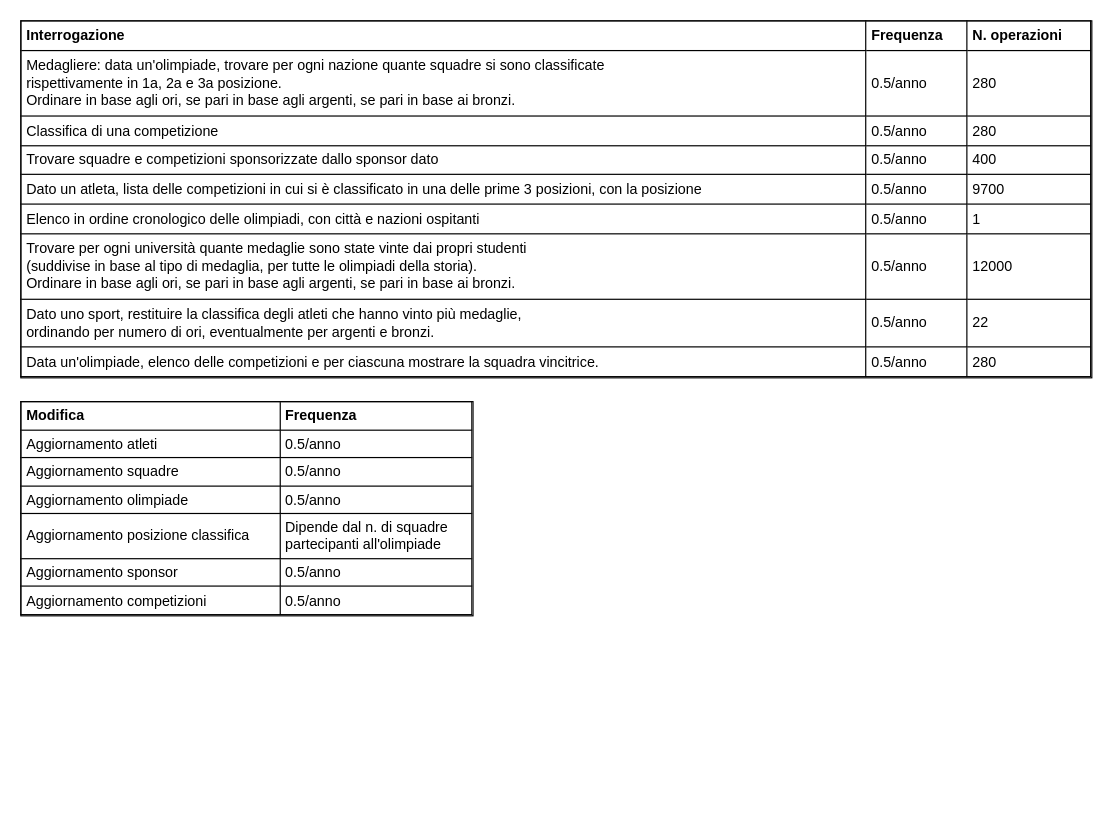
This is page "Operazioni" (4 of 4) of Olimpiadi studentesche.drawio from giovannivelludo/database-project, a draw.io file, before an edit. Source tidied: cells renumbered, new cells numbered last; positions are measured from the earlier drawing's top-left corner, leaving out a move shared by most shapes. Both pictures are drawn from the tidied source at 119%, with x=0, y=0 at pixel (20, 20).
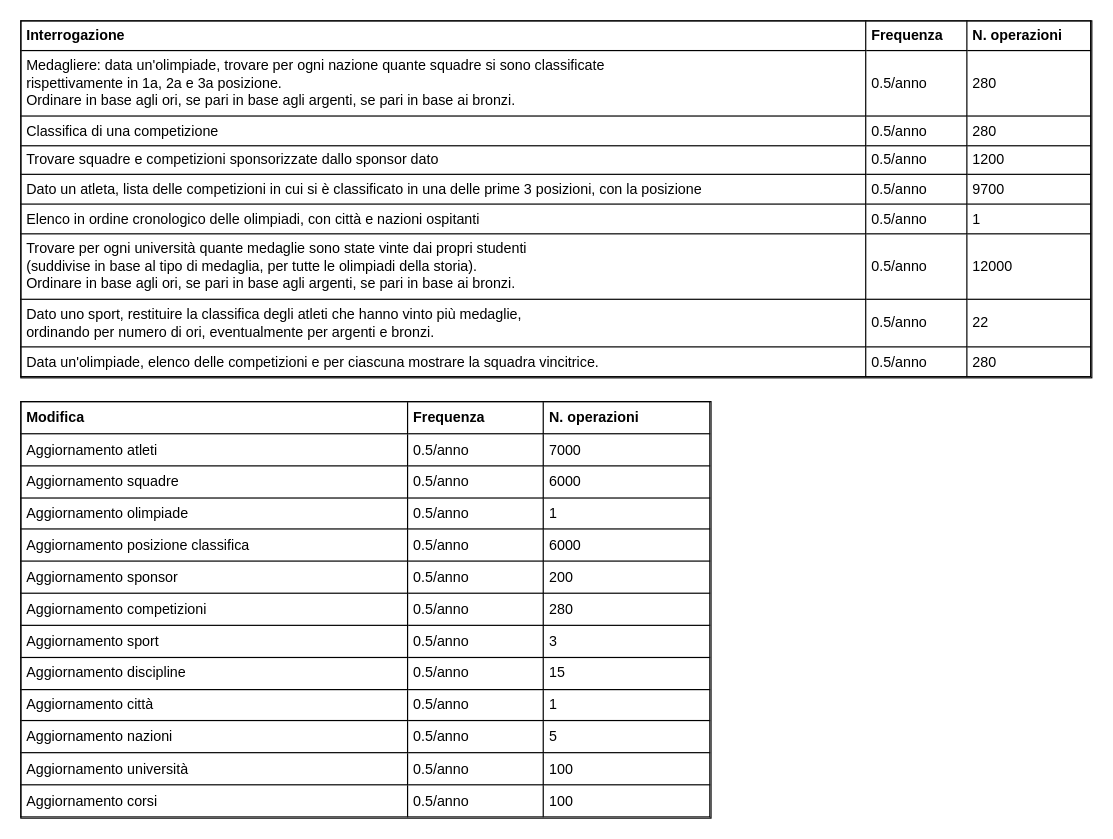
After the change.

Commit message (it also covers changes not shown here):
aggiunto n. operazioni aggiornamenti

What changed in the source:
```diff
@@
 <mxGraphModel>
   <root>
     <mxCell id="0" />
     <mxCell id="1" parent="0" />
-    <mxCell id="2" value="&lt;table style=&quot;width: 100% ; height: 100% ; border-collapse: collapse ; border: 1px solid rgb(0 , 0 , 0)&quot; width=&quot;100%&quot; cellpadding=&quot;4&quot; border=&quot;1&quot; align=&quot;center&quot;&gt;&lt;tbody&gt;&lt;tr style=&quot;color: rgb(255 , 255 , 255)&quot;&gt;&lt;th align=&quot;left&quot;&gt;&lt;span&gt;&lt;font color=&quot;#000000&quot;&gt;Interrogazione&lt;br&gt;&lt;/font&gt;&lt;/span&gt;&lt;/th&gt;&lt;th align=&quot;left&quot;&gt;&lt;span&gt;&lt;font color=&quot;#000000&quot;&gt;Frequenza&lt;br&gt;&lt;/font&gt;&lt;/span&gt;&lt;/th&gt;&lt;td&gt;&lt;b&gt;&lt;font color=&quot;#000000&quot;&gt;N. operazioni&lt;/font&gt;&lt;/b&gt;&lt;br&gt;&lt;/td&gt;&lt;/tr&gt;&lt;tr&gt;&lt;td&gt;&lt;span&gt;Medagliere: data un'olimpiade, trovare per ogni nazione quante squadre si sono classificate&lt;br&gt;rispettivamente in 1a, 2a e 3a posizione.&lt;br&gt;Ordinare in base agli ori, se pari in base agli argenti, se pari in base ai bronzi.&lt;br&gt;&lt;/span&gt;&lt;/td&gt;&lt;td&gt;&lt;span&gt;0.5/anno&lt;br&gt;&lt;/span&gt;&lt;/td&gt;&lt;td&gt;280&lt;br&gt;&lt;/td&gt;&lt;/tr&gt;&lt;tr&gt;&lt;td&gt;&lt;span&gt;Classifica di una competizione&lt;br&gt;&lt;/span&gt;&lt;/td&gt;&lt;td&gt;&lt;span&gt;0.5/anno&lt;br&gt;&lt;/span&gt;&lt;/td&gt;&lt;td&gt;280&lt;br&gt;&lt;/td&gt;&lt;/tr&gt;&lt;tr&gt;&lt;td&gt;&lt;span&gt;Trovare squadre e competizioni sponsorizzate dallo sponsor dato&lt;br&gt;&lt;/span&gt;&lt;/td&gt;&lt;td&gt;&lt;span&gt;0.5/anno&lt;br&gt;&lt;/span&gt;&lt;/td&gt;&lt;td&gt;400&lt;br&gt;&lt;/td&gt;&lt;/tr&gt;&lt;tr&gt;&lt;td&gt;&lt;span&gt;Dato un atleta, lista delle competizioni in cui si è classificato in una delle prime 3 posizioni, con la posizione&lt;br&gt;&lt;/span&gt;&lt;/td&gt;&lt;td&gt;0.5/anno&lt;br&gt;&lt;/td&gt;&lt;td&gt;9700&lt;br&gt;&lt;/td&gt;&lt;/tr&gt;&lt;tr&gt;&lt;td&gt;Elenco in ordine cronologico delle olimpiadi, con città e nazioni ospitanti&lt;br&gt;&lt;/td&gt;&lt;td&gt;0.5/anno&lt;br&gt;&lt;/td&gt;&lt;td&gt;1&lt;br&gt;&lt;/td&gt;&lt;/tr&gt;&lt;tr&gt;&lt;td&gt;&lt;span&gt;Trovare per ogni università quante medaglie sono state vinte dai propri studenti&lt;br&gt;(suddivise in base al tipo di medaglia, per tutte le olimpiadi della storia).&lt;br&gt;Ordinare in base agli ori, se pari in base agli argenti, se pari in base ai bronzi.&lt;/span&gt;&lt;/td&gt;&lt;td&gt;0.5/anno&lt;br&gt;&lt;/td&gt;&lt;td&gt;12000&lt;br&gt;&lt;/td&gt;&lt;/tr&gt;&lt;tr&gt;&lt;td&gt;Dato uno sport, restituire la classifica degli atleti che hanno vinto più medaglie,&lt;br&gt;ordinando per numero di ori, eventualmente per argenti e bronzi.&lt;br&gt;&lt;/td&gt;&lt;td&gt;0.5/anno&lt;br&gt;&lt;/td&gt;&lt;td&gt;22&lt;br&gt;&lt;/td&gt;&lt;/tr&gt;&lt;tr&gt;&lt;td&gt;Data un'olimpiade, elenco delle competizioni e per ciascuna mostrare la squadra vincitrice.&lt;br&gt;&lt;/td&gt;&lt;td&gt;0.5/anno&lt;br&gt;&lt;/td&gt;&lt;td&gt;280&lt;br&gt;&lt;/td&gt;&lt;/tr&gt;&lt;/tbody&gt;&lt;/table&gt;" style="text;html=1;strokeColor=#000000;fillColor=#ffffff;overflow=fill;rounded=0;" parent="1" vertex="1">
+    <mxCell id="2" value="&lt;table style=&quot;width: 100% ; height: 100% ; border-collapse: collapse ; border: 1px solid rgb(0 , 0 , 0)&quot; width=&quot;100%&quot; cellpadding=&quot;4&quot; border=&quot;1&quot; align=&quot;center&quot;&gt;&lt;tbody&gt;&lt;tr style=&quot;color: rgb(255 , 255 , 255)&quot;&gt;&lt;th align=&quot;left&quot;&gt;&lt;span&gt;&lt;font color=&quot;#000000&quot;&gt;Interrogazione&lt;br&gt;&lt;/font&gt;&lt;/span&gt;&lt;/th&gt;&lt;th align=&quot;left&quot;&gt;&lt;span&gt;&lt;font color=&quot;#000000&quot;&gt;Frequenza&lt;br&gt;&lt;/font&gt;&lt;/span&gt;&lt;/th&gt;&lt;td&gt;&lt;b&gt;&lt;font color=&quot;#000000&quot;&gt;N. operazioni&lt;/font&gt;&lt;/b&gt;&lt;br&gt;&lt;/td&gt;&lt;/tr&gt;&lt;tr&gt;&lt;td&gt;&lt;span&gt;Medagliere: data un'olimpiade, trovare per ogni nazione quante squadre si sono classificate&lt;br&gt;rispettivamente in 1a, 2a e 3a posizione.&lt;br&gt;Ordinare in base agli ori, se pari in base agli argenti, se pari in base ai bronzi.&lt;br&gt;&lt;/span&gt;&lt;/td&gt;&lt;td&gt;&lt;span&gt;0.5/anno&lt;br&gt;&lt;/span&gt;&lt;/td&gt;&lt;td&gt;280&lt;br&gt;&lt;/td&gt;&lt;/tr&gt;&lt;tr&gt;&lt;td&gt;&lt;span&gt;Classifica di una competizione&lt;br&gt;&lt;/span&gt;&lt;/td&gt;&lt;td&gt;&lt;span&gt;0.5/anno&lt;br&gt;&lt;/span&gt;&lt;/td&gt;&lt;td&gt;280&lt;br&gt;&lt;/td&gt;&lt;/tr&gt;&lt;tr&gt;&lt;td&gt;&lt;span&gt;Trovare squadre e competizioni sponsorizzate dallo sponsor dato&lt;br&gt;&lt;/span&gt;&lt;/td&gt;&lt;td&gt;&lt;span&gt;0.5/anno&lt;br&gt;&lt;/span&gt;&lt;/td&gt;&lt;td&gt;1200&lt;br&gt;&lt;/td&gt;&lt;/tr&gt;&lt;tr&gt;&lt;td&gt;&lt;span&gt;Dato un atleta, lista delle competizioni in cui si è classificato in una delle prime 3 posizioni, con la posizione&lt;br&gt;&lt;/span&gt;&lt;/td&gt;&lt;td&gt;0.5/anno&lt;br&gt;&lt;/td&gt;&lt;td&gt;9700&lt;br&gt;&lt;/td&gt;&lt;/tr&gt;&lt;tr&gt;&lt;td&gt;Elenco in ordine cronologico delle olimpiadi, con città e nazioni ospitanti&lt;br&gt;&lt;/td&gt;&lt;td&gt;0.5/anno&lt;br&gt;&lt;/td&gt;&lt;td&gt;1&lt;br&gt;&lt;/td&gt;&lt;/tr&gt;&lt;tr&gt;&lt;td&gt;&lt;span&gt;Trovare per ogni università quante medaglie sono state vinte dai propri studenti&lt;br&gt;(suddivise in base al tipo di medaglia, per tutte le olimpiadi della storia).&lt;br&gt;Ordinare in base agli ori, se pari in base agli argenti, se pari in base ai bronzi.&lt;/span&gt;&lt;/td&gt;&lt;td&gt;0.5/anno&lt;br&gt;&lt;/td&gt;&lt;td&gt;12000&lt;br&gt;&lt;/td&gt;&lt;/tr&gt;&lt;tr&gt;&lt;td&gt;Dato uno sport, restituire la classifica degli atleti che hanno vinto più medaglie,&lt;br&gt;ordinando per numero di ori, eventualmente per argenti e bronzi.&lt;br&gt;&lt;/td&gt;&lt;td&gt;0.5/anno&lt;br&gt;&lt;/td&gt;&lt;td&gt;22&lt;br&gt;&lt;/td&gt;&lt;/tr&gt;&lt;tr&gt;&lt;td&gt;Data un'olimpiade, elenco delle competizioni e per ciascuna mostrare la squadra vincitrice.&lt;br&gt;&lt;/td&gt;&lt;td&gt;0.5/anno&lt;br&gt;&lt;/td&gt;&lt;td&gt;280&lt;br&gt;&lt;/td&gt;&lt;/tr&gt;&lt;/tbody&gt;&lt;/table&gt;" style="text;html=1;strokeColor=#000000;fillColor=#ffffff;overflow=fill;rounded=0;" parent="1" vertex="1">
       <mxGeometry width="900" height="300" as="geometry" />
     </mxCell>
-    <mxCell id="3" value="&lt;table style=&quot;width: 100% ; height: 100% ; border-collapse: collapse ; border: 1px solid rgb(0 , 0 , 0)&quot; width=&quot;100%&quot; cellpadding=&quot;4&quot; border=&quot;1&quot; align=&quot;left&quot;&gt;&lt;tbody&gt;&lt;tr style=&quot;color: rgb(255 , 255 , 255)&quot;&gt;&lt;th align=&quot;left&quot;&gt;&lt;span&gt;&lt;font color=&quot;#000000&quot;&gt;Modifica&lt;br&gt;&lt;/font&gt;&lt;/span&gt;&lt;/th&gt;&lt;th align=&quot;left&quot;&gt;&lt;span&gt;&lt;font color=&quot;#000000&quot;&gt;Frequenza&lt;br&gt;&lt;/font&gt;&lt;/span&gt;&lt;/th&gt;&lt;/tr&gt;&lt;tr&gt;&lt;td&gt;&lt;span&gt;Aggiornamento atleti&lt;br&gt;&lt;/span&gt;&lt;/td&gt;&lt;td&gt;&lt;span&gt;0.5/anno&lt;br&gt;&lt;/span&gt;&lt;/td&gt;&lt;/tr&gt;&lt;tr&gt;&lt;td&gt;&lt;span&gt;Aggiornamento squadre&lt;br&gt;&lt;/span&gt;&lt;/td&gt;&lt;td&gt;&lt;span&gt;0.5/anno&lt;br&gt;&lt;/span&gt;&lt;/td&gt;&lt;/tr&gt;&lt;tr&gt;&lt;td&gt;&lt;span&gt;Aggiornamento olimpiade&lt;br&gt;&lt;/span&gt;&lt;/td&gt;&lt;td&gt;&lt;span&gt;0.5/anno&lt;br&gt;&lt;/span&gt;&lt;/td&gt;&lt;/tr&gt;&lt;tr&gt;&lt;td&gt;&lt;span&gt;Aggiornamento posizione classifica&lt;br&gt;&lt;/span&gt;&lt;/td&gt;&lt;td&gt;Dipende dal n. di squadre&lt;br&gt;partecipanti all'olimpiade&lt;br&gt;&lt;/td&gt;&lt;/tr&gt;&lt;tr&gt;&lt;td&gt;Aggiornamento sponsor&lt;br&gt;&lt;/td&gt;&lt;td&gt;0.5/anno&lt;br&gt;&lt;/td&gt;&lt;/tr&gt;&lt;tr&gt;&lt;td&gt;&lt;span&gt;Aggiornamento competizioni&lt;br&gt;&lt;/span&gt;&lt;/td&gt;&lt;td&gt;0.5/anno&lt;br&gt;&lt;/td&gt;&lt;/tr&gt;&lt;/tbody&gt;&lt;/table&gt;" style="text;html=1;strokeColor=#000000;fillColor=#ffffff;overflow=fill;rounded=0;" parent="1" vertex="1">
-      <mxGeometry y="320" width="380" height="180" as="geometry" />
+    <mxCell id="3" value="&lt;table style=&quot;width: 100% ; height: 100% ; border-collapse: collapse ; border: 1px solid rgb(0 , 0 , 0)&quot; width=&quot;100%&quot; cellpadding=&quot;4&quot; border=&quot;1&quot; align=&quot;left&quot;&gt;&lt;tbody&gt;&lt;tr style=&quot;color: rgb(255 , 255 , 255)&quot;&gt;&lt;th align=&quot;left&quot;&gt;&lt;span&gt;&lt;font color=&quot;#000000&quot;&gt;Modifica&lt;br&gt;&lt;/font&gt;&lt;/span&gt;&lt;/th&gt;&lt;th align=&quot;left&quot;&gt;&lt;span&gt;&lt;font color=&quot;#000000&quot;&gt;Frequenza&lt;br&gt;&lt;/font&gt;&lt;/span&gt;&lt;/th&gt;&lt;td&gt;&lt;b&gt;&lt;font color=&quot;#000000&quot;&gt;N. operazioni&lt;/font&gt;&lt;/b&gt;&lt;br&gt;&lt;/td&gt;&lt;/tr&gt;&lt;tr&gt;&lt;td&gt;&lt;span&gt;Aggiornamento atleti&lt;br&gt;&lt;/span&gt;&lt;/td&gt;&lt;td&gt;&lt;span&gt;0.5/anno&lt;br&gt;&lt;/span&gt;&lt;/td&gt;&lt;td&gt;7000&lt;br&gt;&lt;/td&gt;&lt;/tr&gt;&lt;tr&gt;&lt;td&gt;&lt;span&gt;Aggiornamento squadre&lt;br&gt;&lt;/span&gt;&lt;/td&gt;&lt;td&gt;&lt;span&gt;0.5/anno&lt;br&gt;&lt;/span&gt;&lt;/td&gt;&lt;td&gt;6000&lt;br&gt;&lt;/td&gt;&lt;/tr&gt;&lt;tr&gt;&lt;td&gt;&lt;span&gt;Aggiornamento olimpiade&lt;br&gt;&lt;/span&gt;&lt;/td&gt;&lt;td&gt;&lt;span&gt;0.5/anno&lt;br&gt;&lt;/span&gt;&lt;/td&gt;&lt;td&gt;1&lt;br&gt;&lt;/td&gt;&lt;/tr&gt;&lt;tr&gt;&lt;td&gt;&lt;span&gt;Aggiornamento posizione classifica&lt;br&gt;&lt;/span&gt;&lt;/td&gt;&lt;td&gt;0.5/anno&lt;br&gt;&lt;/td&gt;&lt;td&gt;6000&lt;br&gt;&lt;/td&gt;&lt;/tr&gt;&lt;tr&gt;&lt;td&gt;Aggiornamento sponsor&lt;br&gt;&lt;/td&gt;&lt;td&gt;0.5/anno&lt;br&gt;&lt;/td&gt;&lt;td&gt;200&lt;br&gt;&lt;/td&gt;&lt;/tr&gt;&lt;tr&gt;&lt;td&gt;&lt;span&gt;Aggiornamento competizioni&lt;br&gt;&lt;/span&gt;&lt;/td&gt;&lt;td&gt;0.5/anno&lt;br&gt;&lt;/td&gt;&lt;td&gt;280&lt;br&gt;&lt;/td&gt;&lt;/tr&gt;&lt;tr&gt;&lt;td&gt;Aggiornamento sport&lt;br&gt;&lt;/td&gt;&lt;td&gt;&lt;span&gt;0.5/anno&lt;/span&gt;&lt;/td&gt;&lt;td&gt;3&lt;br&gt;&lt;/td&gt;&lt;/tr&gt;&lt;tr&gt;&lt;td&gt;Aggiornamento discipline&lt;br&gt;&lt;/td&gt;&lt;td&gt;&lt;span&gt;0.5/anno&lt;/span&gt;&lt;/td&gt;&lt;td&gt;15&lt;br&gt;&lt;/td&gt;&lt;/tr&gt;&lt;tr&gt;&lt;td&gt;Aggiornamento città&lt;br&gt;&lt;/td&gt;&lt;td&gt;&lt;span&gt;0.5/anno&lt;/span&gt;&lt;/td&gt;&lt;td&gt;1&lt;br&gt;&lt;/td&gt;&lt;/tr&gt;&lt;tr&gt;&lt;td&gt;Aggiornamento nazioni&lt;br&gt;&lt;/td&gt;&lt;td&gt;&lt;span&gt;0.5/anno&lt;/span&gt;&lt;/td&gt;&lt;td&gt;5&lt;br&gt;&lt;/td&gt;&lt;/tr&gt;&lt;tr&gt;&lt;td&gt;Aggiornamento università&lt;br&gt;&lt;/td&gt;&lt;td&gt;&lt;span&gt;0.5/anno&lt;/span&gt;&lt;/td&gt;&lt;td&gt;100&lt;br&gt;&lt;/td&gt;&lt;/tr&gt;&lt;tr&gt;&lt;td&gt;Aggiornamento corsi&lt;br&gt;&lt;/td&gt;&lt;td&gt;&lt;span&gt;0.5/anno&lt;/span&gt;&lt;/td&gt;&lt;td&gt;100&lt;br&gt;&lt;/td&gt;&lt;/tr&gt;&lt;/tbody&gt;&lt;/table&gt;" style="text;html=1;strokeColor=#000000;fillColor=#ffffff;overflow=fill;rounded=0;" parent="1" vertex="1">
+      <mxGeometry y="320" width="580" height="350" as="geometry" />
     </mxCell>
   </root>
 </mxGraphModel>
```
